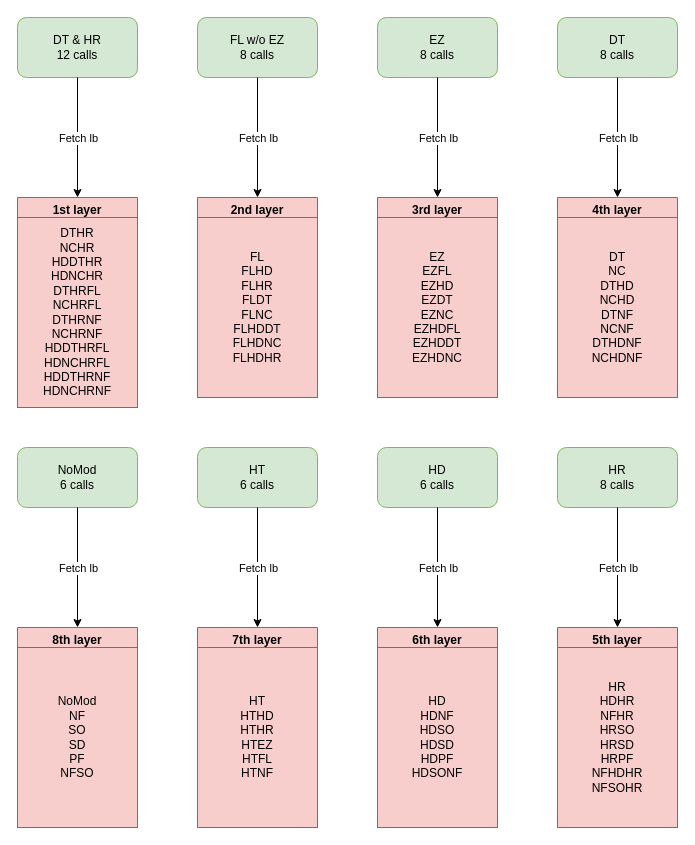
The draw.io diagram page "Layers" (2 of 4) of osustockmarket.drawio in Oxyyy/osu-stockmarket, before the edit. Source tidied: cells renumbered, new cells numbered last; positions are measured from the earlier drawing's top-left corner, leaving out a move shared by most shapes. Both pictures are drawn from the tidied source at 100%, with x=0, y=0 at pixel (17, 17).
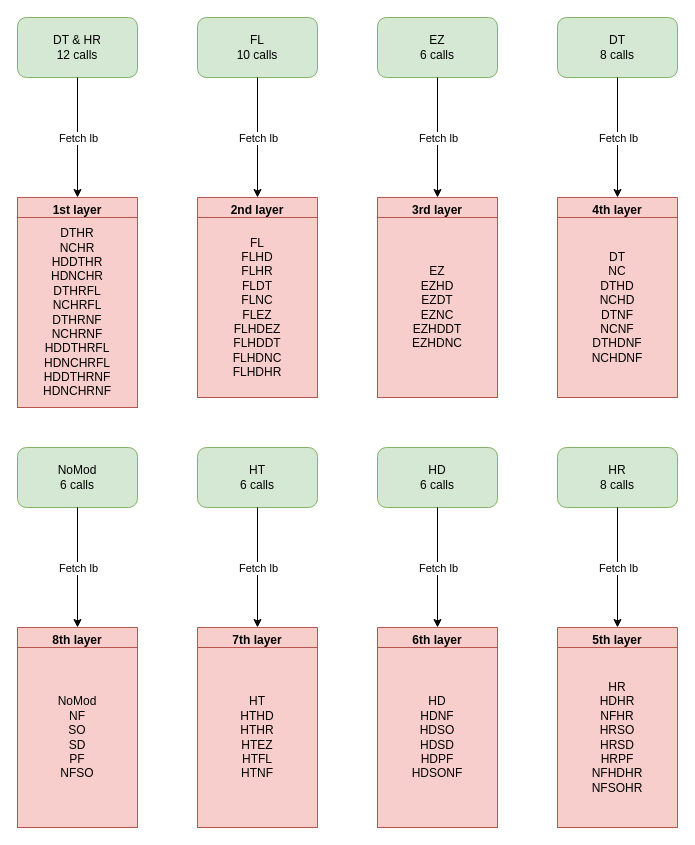
The same page after the edit.

The change refers to these unchanged cells:
```xml
<mxCell id="8" value="2nd layer" style="swimlane;fillColor=#f8cecc;strokeColor=#b85450;" parent="1" vertex="1">
  <mxGeometry x="180" y="180" width="120" height="200" as="geometry" />
</mxCell>
<mxCell id="13" value="3rd layer" style="swimlane;fillColor=#f8cecc;strokeColor=#b85450;" parent="1" vertex="1">
  <mxGeometry x="360" y="180" width="120" height="200" as="geometry" />
</mxCell>
```

Diff of the diagram source:
```diff
@@
-    <mxCell id="3" value="FL w/o EZ&lt;br&gt;8 calls" style="rounded=1;whiteSpace=wrap;html=1;fillColor=#d5e8d4;strokeColor=#82b366;" parent="1" vertex="1">
+    <mxCell id="3" value="FL&lt;br&gt;10 calls" style="rounded=1;whiteSpace=wrap;html=1;fillColor=#d5e8d4;strokeColor=#82b366;" parent="1" vertex="1">
       <mxGeometry x="180" width="120" height="60" as="geometry" />
     </mxCell>
@@
-    <mxCell id="9" value="FL&lt;br&gt;FLHD&lt;br&gt;FLHR&lt;br&gt;FLDT&lt;br&gt;FLNC&lt;br&gt;FLHDDT&lt;br&gt;FLHDNC&lt;br&gt;FLHDHR&lt;br&gt;" style="whiteSpace=wrap;html=1;fillColor=#f8cecc;strokeColor=#b85450;" parent="8" vertex="1">
+    <mxCell id="9" value="FL&lt;br&gt;FLHD&lt;br&gt;FLHR&lt;br&gt;FLDT&lt;br&gt;FLNC&lt;br&gt;FLEZ&lt;br&gt;FLHDEZ&lt;br&gt;FLHDDT&lt;br&gt;FLHDNC&lt;br&gt;FLHDHR" style="whiteSpace=wrap;html=1;fillColor=#f8cecc;strokeColor=#b85450;" parent="8" vertex="1">
       <mxGeometry y="20" width="120" height="180" as="geometry" />
     </mxCell>
@@
-    <mxCell id="12" value="EZ&lt;br&gt;8 calls" style="rounded=1;whiteSpace=wrap;html=1;fillColor=#d5e8d4;strokeColor=#82b366;" parent="1" vertex="1">
+    <mxCell id="12" value="EZ&lt;br&gt;6 calls" style="rounded=1;whiteSpace=wrap;html=1;fillColor=#d5e8d4;strokeColor=#82b366;" parent="1" vertex="1">
       <mxGeometry x="360" width="120" height="60" as="geometry" />
     </mxCell>
@@
-    <mxCell id="14" value="EZ&lt;br&gt;EZFL&lt;br&gt;EZHD&lt;br&gt;EZDT&lt;br&gt;EZNC&lt;br&gt;EZHDFL&lt;br&gt;EZHDDT&lt;br&gt;EZHDNC" style="whiteSpace=wrap;html=1;fillColor=#f8cecc;strokeColor=#b85450;" parent="13" vertex="1">
+    <mxCell id="14" value="EZ&lt;br&gt;EZHD&lt;br&gt;EZDT&lt;br&gt;EZNC&lt;br&gt;EZHDDT&lt;br&gt;EZHDNC" style="whiteSpace=wrap;html=1;fillColor=#f8cecc;strokeColor=#b85450;" parent="13" vertex="1">
       <mxGeometry y="20" width="120" height="180" as="geometry" />
     </mxCell>
```
